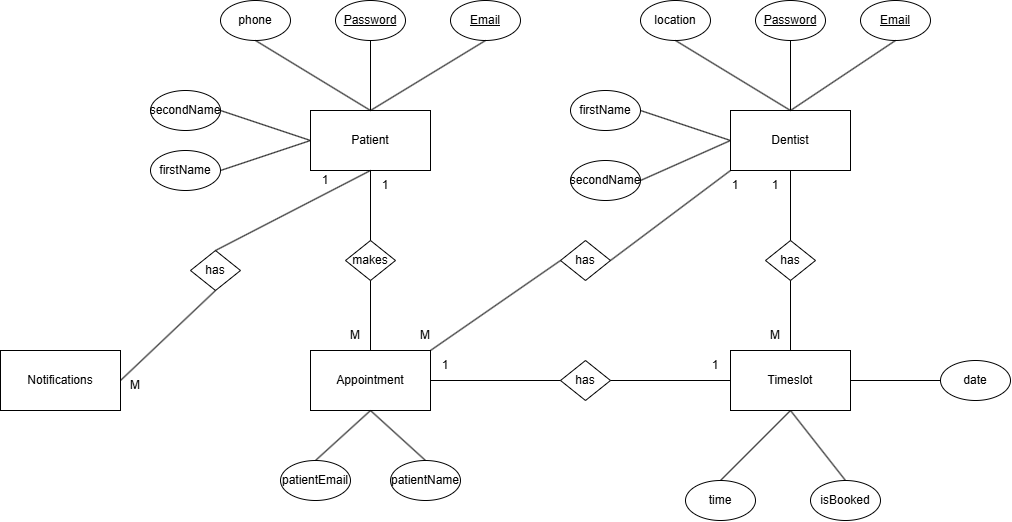
P4FFos/FindMyDentist keeps this draw.io diagram as docs/ER Diagram.png. Above is the earlier version. Source tidied: cells renumbered, new cells last; positions are measured from the earlier drawing's top-left corner, leaving out a move shared by most shapes. Source of this version:
```xml
<mxGraphModel>
  <root>
    <mxCell id="0" />
    <mxCell id="1" parent="0" />
    <mxCell id="2" value="Patient" style="rounded=0;whiteSpace=wrap;html=1;" parent="1" vertex="1">
      <mxGeometry x="310" y="110" width="120" height="60" as="geometry" />
    </mxCell>
    <mxCell id="3" value="Dentist" style="rounded=0;whiteSpace=wrap;html=1;" parent="1" vertex="1">
      <mxGeometry x="730" y="110" width="120" height="60" as="geometry" />
    </mxCell>
    <mxCell id="4" value="phone" style="ellipse;whiteSpace=wrap;html=1;" parent="1" vertex="1">
      <mxGeometry x="220" width="70" height="40" as="geometry" />
    </mxCell>
    <mxCell id="5" value="&lt;u&gt;Password&lt;/u&gt;" style="ellipse;whiteSpace=wrap;html=1;" parent="1" vertex="1">
      <mxGeometry x="335" width="70" height="40" as="geometry" />
    </mxCell>
    <mxCell id="6" value="&lt;u&gt;Email&lt;/u&gt;" style="ellipse;whiteSpace=wrap;html=1;" parent="1" vertex="1">
      <mxGeometry x="450" width="70" height="40" as="geometry" />
    </mxCell>
    <mxCell id="7" style="endArrow=none;html=1;rounded=0;entryX=0.5;entryY=1;entryDx=0;entryDy=0;exitX=0.5;exitY=0;exitDx=0;exitDy=0;" parent="1" edge="1" source="2" target="6">
      <mxGeometry relative="1" as="geometry" />
    </mxCell>
    <mxCell id="8" style="endArrow=none;html=1;rounded=0;entryX=0.5;entryY=1;entryDx=0;entryDy=0;exitX=0.5;exitY=0;exitDx=0;exitDy=0;" parent="1" edge="1" source="2" target="5">
      <mxGeometry relative="1" as="geometry" />
    </mxCell>
    <mxCell id="9" style="endArrow=none;html=1;rounded=0;entryX=0.5;entryY=1;entryDx=0;entryDy=0;exitX=0.5;exitY=0;exitDx=0;exitDy=0;" parent="1" edge="1" source="2" target="4">
      <mxGeometry relative="1" as="geometry" />
    </mxCell>
    <mxCell id="10" value="Appointment" style="rounded=0;whiteSpace=wrap;html=1;" parent="1" vertex="1">
      <mxGeometry x="310" y="350" width="120" height="60" as="geometry" />
    </mxCell>
    <mxCell id="11" value="makes" style="rhombus;whiteSpace=wrap;html=1;" parent="1" vertex="1">
      <mxGeometry x="345" y="240" width="50" height="40" as="geometry" />
    </mxCell>
    <mxCell id="12" style="endArrow=none;html=1;rounded=0;entryX=0.5;entryY=1;entryDx=0;entryDy=0;exitX=0.5;exitY=0;exitDx=0;exitDy=0;" parent="1" edge="1" source="11" target="2">
      <mxGeometry relative="1" as="geometry" />
    </mxCell>
    <mxCell id="13" style="endArrow=none;html=1;rounded=0;entryX=0.5;entryY=1;entryDx=0;entryDy=0;exitX=0.5;exitY=0;exitDx=0;exitDy=0;" parent="1" edge="1" source="10" target="11">
      <mxGeometry relative="1" as="geometry" />
    </mxCell>
    <mxCell id="14" value="1" style="text;html=1;align=center;verticalAlign=middle;whiteSpace=wrap;rounded=0;" parent="1" vertex="1">
      <mxGeometry x="380" y="180" width="10" height="10" as="geometry" />
    </mxCell>
    <mxCell id="15" value="has" style="rhombus;whiteSpace=wrap;html=1;" parent="1" vertex="1">
      <mxGeometry x="560" y="360" width="50" height="40" as="geometry" />
    </mxCell>
    <mxCell id="16" style="endArrow=none;html=1;rounded=0;exitX=1;exitY=0.5;exitDx=0;exitDy=0;entryX=0;entryY=0.5;entryDx=0;entryDy=0;" parent="1" edge="1" source="15" target="30">
      <mxGeometry relative="1" as="geometry" />
    </mxCell>
    <mxCell id="17" style="endArrow=none;html=1;rounded=0;entryX=0;entryY=0.5;entryDx=0;entryDy=0;exitX=1;exitY=0.5;exitDx=0;exitDy=0;" parent="1" edge="1" source="10" target="15">
      <mxGeometry relative="1" as="geometry" />
    </mxCell>
    <mxCell id="18" value="&lt;u&gt;Email&lt;/u&gt;" style="ellipse;whiteSpace=wrap;html=1;" parent="1" vertex="1">
      <mxGeometry x="860" width="70" height="40" as="geometry" />
    </mxCell>
    <mxCell id="19" value="&lt;u&gt;Password&lt;/u&gt;" style="ellipse;whiteSpace=wrap;html=1;" parent="1" vertex="1">
      <mxGeometry x="755" width="70" height="40" as="geometry" />
    </mxCell>
    <mxCell id="20" value="location" style="ellipse;whiteSpace=wrap;html=1;" parent="1" vertex="1">
      <mxGeometry x="640" width="70" height="40" as="geometry" />
    </mxCell>
    <mxCell id="21" style="endArrow=none;html=1;rounded=0;entryX=0.5;entryY=1;entryDx=0;entryDy=0;exitX=0.5;exitY=0;exitDx=0;exitDy=0;" parent="1" edge="1" source="3" target="20">
      <mxGeometry relative="1" as="geometry" />
    </mxCell>
    <mxCell id="22" style="endArrow=none;html=1;rounded=0;entryX=0.5;entryY=1;entryDx=0;entryDy=0;" parent="1" edge="1" target="19">
      <mxGeometry relative="1" as="geometry">
        <mxPoint x="790" y="110" as="sourcePoint" />
      </mxGeometry>
    </mxCell>
    <mxCell id="23" style="endArrow=none;html=1;rounded=0;entryX=0.5;entryY=1;entryDx=0;entryDy=0;" parent="1" edge="1" target="18">
      <mxGeometry relative="1" as="geometry">
        <mxPoint x="790" y="110" as="sourcePoint" />
      </mxGeometry>
    </mxCell>
    <mxCell id="24" value="firstName" style="ellipse;whiteSpace=wrap;html=1;" parent="1" vertex="1">
      <mxGeometry x="570" y="90" width="70" height="40" as="geometry" />
    </mxCell>
    <mxCell id="25" style="endArrow=none;html=1;rounded=0;entryX=1;entryY=0.5;entryDx=0;entryDy=0;exitX=0;exitY=0.5;exitDx=0;exitDy=0;" parent="1" edge="1" source="3" target="24">
      <mxGeometry relative="1" as="geometry" />
    </mxCell>
    <mxCell id="26" value="firstName" style="ellipse;whiteSpace=wrap;html=1;" parent="1" vertex="1">
      <mxGeometry x="150" y="150" width="70" height="40" as="geometry" />
    </mxCell>
    <mxCell id="27" style="endArrow=none;html=1;rounded=0;entryX=1;entryY=0.5;entryDx=0;entryDy=0;exitX=0;exitY=0.5;exitDx=0;exitDy=0;" parent="1" edge="1" source="2" target="26">
      <mxGeometry relative="1" as="geometry" />
    </mxCell>
    <mxCell id="28" value="secondName" style="ellipse;whiteSpace=wrap;html=1;" parent="1" vertex="1">
      <mxGeometry x="150" y="90" width="70" height="40" as="geometry" />
    </mxCell>
    <mxCell id="29" style="endArrow=none;html=1;rounded=0;entryX=1;entryY=0.5;entryDx=0;entryDy=0;exitX=0;exitY=0.5;exitDx=0;exitDy=0;" parent="1" edge="1" source="2" target="28">
      <mxGeometry relative="1" as="geometry" />
    </mxCell>
    <mxCell id="30" value="Timeslot" style="rounded=0;whiteSpace=wrap;html=1;" parent="1" vertex="1">
      <mxGeometry x="730" y="350" width="120" height="60" as="geometry" />
    </mxCell>
    <mxCell id="31" value="1" style="text;html=1;align=center;verticalAlign=middle;whiteSpace=wrap;rounded=0;" parent="1" vertex="1">
      <mxGeometry x="440" y="360" width="10" height="10" as="geometry" />
    </mxCell>
    <mxCell id="32" value="1" style="text;html=1;align=center;verticalAlign=middle;whiteSpace=wrap;rounded=0;" parent="1" vertex="1">
      <mxGeometry x="710" y="360" width="10" height="10" as="geometry" />
    </mxCell>
    <mxCell id="33" value="date" style="ellipse;whiteSpace=wrap;html=1;" parent="1" vertex="1">
      <mxGeometry x="940" y="360" width="70" height="40" as="geometry" />
    </mxCell>
    <mxCell id="34" value="time" style="ellipse;whiteSpace=wrap;html=1;" parent="1" vertex="1">
      <mxGeometry x="685" y="480" width="70" height="40" as="geometry" />
    </mxCell>
    <mxCell id="35" value="isBooked" style="ellipse;whiteSpace=wrap;html=1;" parent="1" vertex="1">
      <mxGeometry x="810" y="480" width="70" height="40" as="geometry" />
    </mxCell>
    <mxCell id="36" style="endArrow=none;html=1;rounded=0;entryX=0;entryY=0.5;entryDx=0;entryDy=0;exitX=1;exitY=0.5;exitDx=0;exitDy=0;" parent="1" edge="1" source="30" target="33">
      <mxGeometry relative="1" as="geometry" />
    </mxCell>
    <mxCell id="37" style="endArrow=none;html=1;rounded=0;entryX=0.5;entryY=0;entryDx=0;entryDy=0;exitX=0.5;exitY=1;exitDx=0;exitDy=0;" parent="1" edge="1" source="30" target="35">
      <mxGeometry relative="1" as="geometry" />
    </mxCell>
    <mxCell id="38" style="endArrow=none;html=1;rounded=0;entryX=0.5;entryY=0;entryDx=0;entryDy=0;exitX=0.5;exitY=1;exitDx=0;exitDy=0;" parent="1" edge="1" source="30" target="34">
      <mxGeometry relative="1" as="geometry" />
    </mxCell>
    <mxCell id="39" value="has" style="rhombus;whiteSpace=wrap;html=1;" parent="1" vertex="1">
      <mxGeometry x="765" y="240" width="50" height="40" as="geometry" />
    </mxCell>
    <mxCell id="40" style="endArrow=none;html=1;rounded=0;entryX=0.5;entryY=1;entryDx=0;entryDy=0;exitX=0.5;exitY=0;exitDx=0;exitDy=0;" parent="1" edge="1" source="30" target="39">
      <mxGeometry relative="1" as="geometry" />
    </mxCell>
    <mxCell id="41" style="endArrow=none;html=1;rounded=0;entryX=0.5;entryY=1;entryDx=0;entryDy=0;" parent="1" edge="1" target="3">
      <mxGeometry relative="1" as="geometry">
        <mxPoint x="790" y="240" as="sourcePoint" />
      </mxGeometry>
    </mxCell>
    <mxCell id="42" value="1" style="text;html=1;align=center;verticalAlign=middle;whiteSpace=wrap;rounded=0;" parent="1" vertex="1">
      <mxGeometry x="770" y="180" width="10" height="10" as="geometry" />
    </mxCell>
    <mxCell id="43" value="M" style="text;html=1;align=center;verticalAlign=middle;whiteSpace=wrap;rounded=0;" parent="1" vertex="1">
      <mxGeometry x="770" y="330" width="10" height="10" as="geometry" />
    </mxCell>
    <mxCell id="44" value="secondName" style="ellipse;whiteSpace=wrap;html=1;" parent="1" vertex="1">
      <mxGeometry x="570" y="160" width="70" height="40" as="geometry" />
    </mxCell>
    <mxCell id="45" style="endArrow=none;html=1;rounded=0;entryX=1;entryY=0.5;entryDx=0;entryDy=0;exitX=0;exitY=0.5;exitDx=0;exitDy=0;" parent="1" edge="1" source="3" target="44">
      <mxGeometry relative="1" as="geometry" />
    </mxCell>
    <mxCell id="46" value="has" style="rhombus;whiteSpace=wrap;html=1;" parent="1" vertex="1">
      <mxGeometry x="560" y="240" width="50" height="40" as="geometry" />
    </mxCell>
    <mxCell id="47" style="endArrow=none;html=1;rounded=0;entryX=0;entryY=0.5;entryDx=0;entryDy=0;exitX=1;exitY=0;exitDx=0;exitDy=0;" parent="1" edge="1" source="10" target="46">
      <mxGeometry relative="1" as="geometry" />
    </mxCell>
    <mxCell id="48" style="endArrow=none;html=1;rounded=0;entryX=0;entryY=1;entryDx=0;entryDy=0;exitX=1;exitY=0.5;exitDx=0;exitDy=0;" parent="1" edge="1" source="46" target="3">
      <mxGeometry relative="1" as="geometry" />
    </mxCell>
    <mxCell id="49" value="1" style="text;html=1;align=center;verticalAlign=middle;whiteSpace=wrap;rounded=0;" parent="1" vertex="1">
      <mxGeometry x="730" y="180" width="10" height="10" as="geometry" />
    </mxCell>
    <mxCell id="50" value="M" style="text;html=1;align=center;verticalAlign=middle;whiteSpace=wrap;rounded=0;" parent="1" vertex="1">
      <mxGeometry x="420" y="330" width="10" height="10" as="geometry" />
    </mxCell>
    <mxCell id="51" value="M" style="text;html=1;align=center;verticalAlign=middle;whiteSpace=wrap;rounded=0;" parent="1" vertex="1">
      <mxGeometry x="350" y="330" width="10" height="10" as="geometry" />
    </mxCell>
    <mxCell id="52" value="patientName" style="ellipse;whiteSpace=wrap;html=1;" parent="1" vertex="1">
      <mxGeometry x="390" y="460" width="70" height="40" as="geometry" />
    </mxCell>
    <mxCell id="53" value="patientEmail" style="ellipse;whiteSpace=wrap;html=1;" parent="1" vertex="1">
      <mxGeometry x="280" y="460" width="70" height="40" as="geometry" />
    </mxCell>
    <mxCell id="54" style="endArrow=none;html=1;rounded=0;entryX=0.5;entryY=1;entryDx=0;entryDy=0;exitX=0.5;exitY=0;exitDx=0;exitDy=0;" parent="1" edge="1" source="53" target="10">
      <mxGeometry relative="1" as="geometry" />
    </mxCell>
    <mxCell id="55" style="endArrow=none;html=1;rounded=0;entryX=0.5;entryY=1;entryDx=0;entryDy=0;exitX=0.5;exitY=0;exitDx=0;exitDy=0;" parent="1" edge="1" source="52" target="10">
      <mxGeometry relative="1" as="geometry" />
    </mxCell>
    <mxCell id="56" value="Notifications" style="rounded=0;whiteSpace=wrap;html=1;" parent="1" vertex="1">
      <mxGeometry y="350" width="120" height="60" as="geometry" />
    </mxCell>
    <mxCell id="57" value="has" style="rhombus;whiteSpace=wrap;html=1;" parent="1" vertex="1">
      <mxGeometry x="190" y="250" width="50" height="40" as="geometry" />
    </mxCell>
    <mxCell id="58" style="endArrow=none;html=1;rounded=0;exitX=0.5;exitY=1;exitDx=0;exitDy=0;entryX=0.5;entryY=0;entryDx=0;entryDy=0;" parent="1" edge="1" source="2" target="57">
      <mxGeometry relative="1" as="geometry" />
    </mxCell>
    <mxCell id="59" style="endArrow=none;html=1;rounded=0;exitX=1;exitY=0.5;exitDx=0;exitDy=0;entryX=0.5;entryY=1;entryDx=0;entryDy=0;" parent="1" edge="1" source="56" target="57">
      <mxGeometry relative="1" as="geometry" />
    </mxCell>
    <mxCell id="60" value="1" style="text;html=1;align=center;verticalAlign=middle;whiteSpace=wrap;rounded=0;" parent="1" vertex="1">
      <mxGeometry x="320" y="175" width="10" height="10" as="geometry" />
    </mxCell>
    <mxCell id="61" value="M" style="text;html=1;align=center;verticalAlign=middle;whiteSpace=wrap;rounded=0;" parent="1" vertex="1">
      <mxGeometry x="130" y="380" width="10" height="10" as="geometry" />
    </mxCell>
  </root>
</mxGraphModel>
```
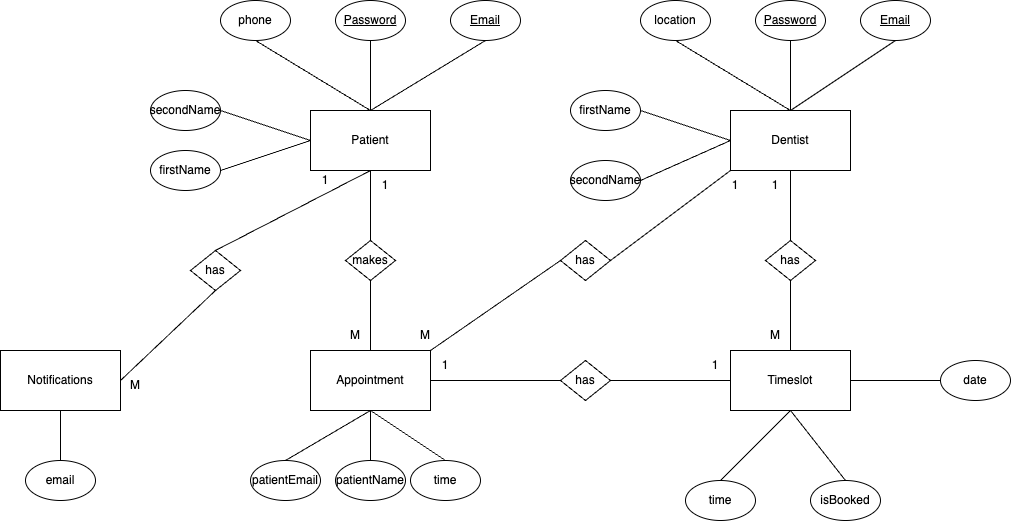
After the change.

What changed in the source:
```diff
@@ -159,10 +159,10 @@
       <mxGeometry x="350" y="330" width="10" height="10" as="geometry" />
     </mxCell>
     <mxCell id="52" value="patientName" style="ellipse;whiteSpace=wrap;html=1;" parent="1" vertex="1">
-      <mxGeometry x="390" y="460" width="70" height="40" as="geometry" />
+      <mxGeometry x="335" y="460" width="70" height="40" as="geometry" />
     </mxCell>
     <mxCell id="53" value="patientEmail" style="ellipse;whiteSpace=wrap;html=1;" parent="1" vertex="1">
-      <mxGeometry x="280" y="460" width="70" height="40" as="geometry" />
+      <mxGeometry x="250" y="460" width="70" height="40" as="geometry" />
     </mxCell>
     <mxCell id="54" style="endArrow=none;html=1;rounded=0;entryX=0.5;entryY=1;entryDx=0;entryDy=0;exitX=0.5;exitY=0;exitDx=0;exitDy=0;" parent="1" edge="1" source="53" target="10">
       <mxGeometry relative="1" as="geometry" />
@@ -188,5 +188,17 @@
     <mxCell id="61" value="M" style="text;html=1;align=center;verticalAlign=middle;whiteSpace=wrap;rounded=0;" parent="1" vertex="1">
       <mxGeometry x="130" y="380" width="10" height="10" as="geometry" />
     </mxCell>
+    <mxCell id="62" value="time" style="ellipse;whiteSpace=wrap;html=1;" parent="1" vertex="1">
+      <mxGeometry x="410" y="460" width="70" height="40" as="geometry" />
+    </mxCell>
+    <mxCell id="63" style="endArrow=none;html=1;rounded=0;entryX=0.5;entryY=1;entryDx=0;entryDy=0;exitX=0.5;exitY=0;exitDx=0;exitDy=0;" parent="1" edge="1" source="62" target="10">
+      <mxGeometry relative="1" as="geometry" />
+    </mxCell>
+    <mxCell id="64" value="email" style="ellipse;whiteSpace=wrap;html=1;" parent="1" vertex="1">
+      <mxGeometry x="25" y="460" width="70" height="40" as="geometry" />
+    </mxCell>
+    <mxCell id="65" style="endArrow=none;html=1;rounded=0;entryX=0.5;entryY=1;entryDx=0;entryDy=0;exitX=0.5;exitY=0;exitDx=0;exitDy=0;" parent="1" edge="1" source="64" target="56">
+      <mxGeometry relative="1" as="geometry" />
+    </mxCell>
   </root>
 </mxGraphModel>
```
